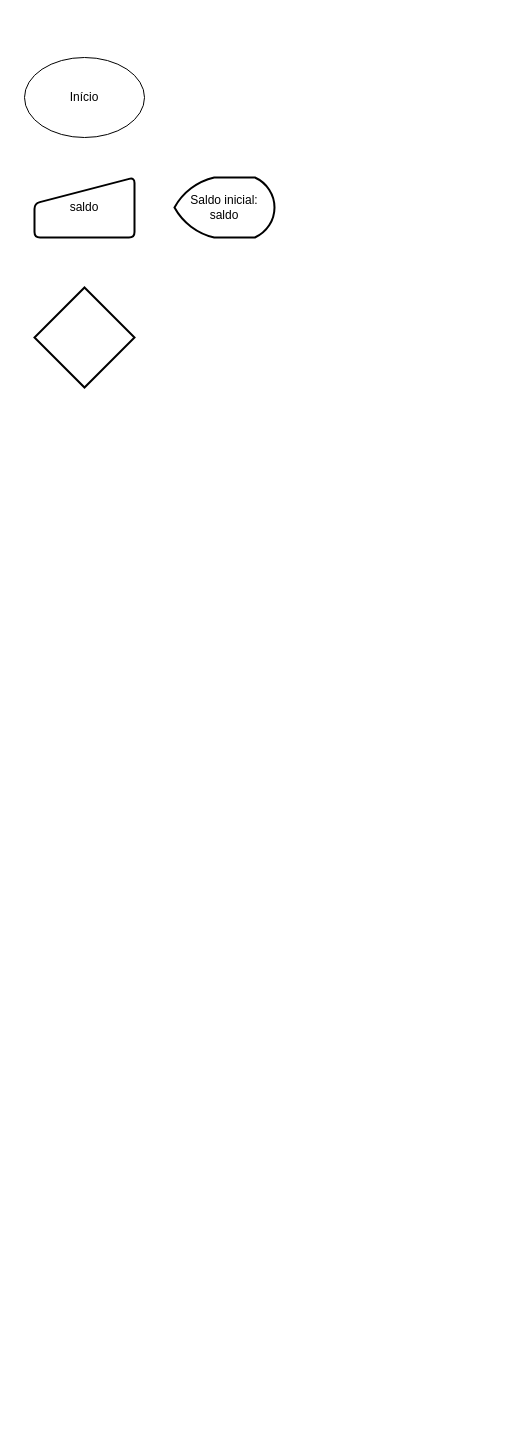
This is Diagrama do projeto.drawio from Wsanbey/Logica_de_programacao_do_senae, a draw.io file, before an edit. Source tidied: cells renumbered, new cells numbered last; positions are measured from the earlier drawing's top-left corner, leaving out a move shared by most shapes. Both pictures are drawn from the tidied source at 100%, with x=0, y=0 at pixel (24, 57).
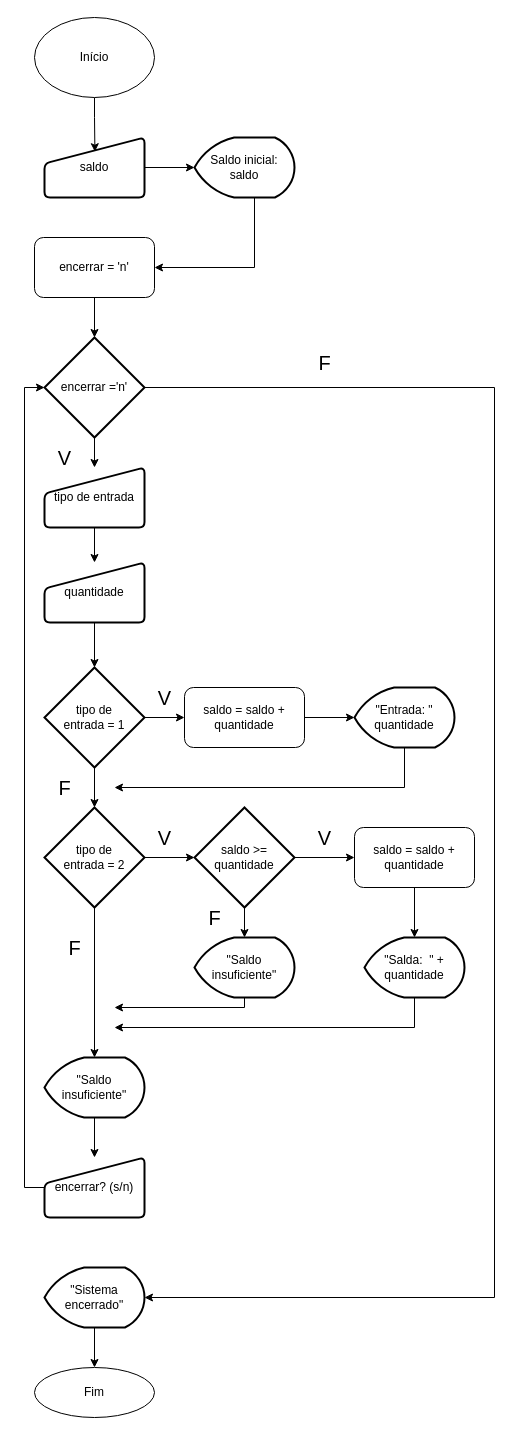
Above is the later version.

Commit message:
Finalizado com professor

Diff of the diagram source:
```diff
@@
+    <mxCell id="6" style="edgeStyle=orthogonalEdgeStyle;rounded=0;jettySize=auto;html=1;exitX=0.5;exitY=1;exitDx=0;exitDy=0;entryX=0.504;entryY=0.237;entryDx=0;entryDy=0;entryPerimeter=0;" parent="1" edge="1" source="2" target="3">
+      <mxGeometry relative="1" as="geometry" />
+    </mxCell>
     <mxCell id="2" value="Início" style="ellipse;whiteSpace=wrap;html=1;" parent="1" vertex="1">
-      <mxGeometry width="120" height="80" as="geometry" />
+      <mxGeometry x="10" y="-40" width="120" height="80" as="geometry" />
     </mxCell>
+    <mxCell id="7" style="edgeStyle=orthogonalEdgeStyle;rounded=0;jettySize=auto;html=1;exitX=1;exitY=0.5;exitDx=0;exitDy=0;" parent="1" edge="1" source="3" target="5">
+      <mxGeometry relative="1" as="geometry" />
+    </mxCell>
     <mxCell id="3" value="saldo" style="html=1;strokeWidth=2;shape=manualInput;whiteSpace=wrap;rounded=1;size=26;arcSize=11;" parent="1" vertex="1">
-      <mxGeometry x="10" y="120" width="100" height="60" as="geometry" />
+      <mxGeometry x="20" y="80" width="100" height="60" as="geometry" />
     </mxCell>
+    <mxCell id="8" style="edgeStyle=orthogonalEdgeStyle;rounded=0;jettySize=auto;html=1;exitX=0.5;exitY=1;exitDx=0;exitDy=0;exitPerimeter=0;" parent="1" edge="1" source="4" target="14">
+      <mxGeometry relative="1" as="geometry" />
+    </mxCell>
+    <mxCell id="9" style="edgeStyle=orthogonalEdgeStyle;rounded=0;jettySize=auto;html=1;exitX=1;exitY=0.5;exitDx=0;exitDy=0;exitPerimeter=0;entryX=1;entryY=0.5;entryDx=0;entryDy=0;entryPerimeter=0;" parent="1" edge="1" source="4" target="41">
+      <mxGeometry relative="1" as="geometry">
+        <Array as="points">
+          <mxPoint x="470" y="330" />
+          <mxPoint x="470" y="1240" />
+        </Array>
+      </mxGeometry>
+    </mxCell>
-    <mxCell id="4" style="strokeWidth=2;html=1;shape=mxgraph.flowchart.decision;whiteSpace=wrap;" parent="1" vertex="1">
-      <mxGeometry x="10" y="230" width="100" height="100" as="geometry" />
+    <mxCell id="4" value="encerrar ='n'" style="strokeWidth=2;html=1;shape=mxgraph.flowchart.decision;whiteSpace=wrap;" parent="1" vertex="1">
+      <mxGeometry x="20" y="280" width="100" height="100" as="geometry" />
     </mxCell>
+    <mxCell id="10" style="edgeStyle=orthogonalEdgeStyle;rounded=0;jettySize=auto;html=1;exitX=0.5;exitY=1;exitDx=0;exitDy=0;exitPerimeter=0;" parent="1" edge="1" source="5" target="12">
+      <mxGeometry relative="1" as="geometry">
+        <Array as="points">
+          <mxPoint x="230" y="140" />
+          <mxPoint x="230" y="210" />
+        </Array>
+      </mxGeometry>
+    </mxCell>
     <mxCell id="5" value="Saldo inicial: saldo" style="strokeWidth=2;html=1;shape=mxgraph.flowchart.display;whiteSpace=wrap;" parent="1" vertex="1">
-      <mxGeometry x="150" y="120" width="100" height="60" as="geometry" />
+      <mxGeometry x="170" y="80" width="100" height="60" as="geometry" />
     </mxCell>
+    <mxCell id="11" style="edgeStyle=orthogonalEdgeStyle;rounded=0;jettySize=auto;html=1;exitX=0.5;exitY=1;exitDx=0;exitDy=0;entryX=0.5;entryY=0;entryDx=0;entryDy=0;entryPerimeter=0;" parent="1" edge="1" source="12" target="4">
+      <mxGeometry relative="1" as="geometry" />
+    </mxCell>
+    <mxCell id="12" value="encerrar = 'n'" style="rounded=1;whiteSpace=wrap;html=1;" parent="1" vertex="1">
+      <mxGeometry x="10" y="180" width="120" height="60" as="geometry" />
+    </mxCell>
+    <mxCell id="13" style="edgeStyle=orthogonalEdgeStyle;rounded=0;jettySize=auto;html=1;exitX=0.5;exitY=1;exitDx=0;exitDy=0;entryX=0.5;entryY=0;entryDx=0;entryDy=0;" parent="1" edge="1" source="14" target="16">
+      <mxGeometry relative="1" as="geometry" />
+    </mxCell>
+    <mxCell id="14" value="tipo de entrada" style="html=1;strokeWidth=2;shape=manualInput;whiteSpace=wrap;rounded=1;size=26;arcSize=11;" parent="1" vertex="1">
+      <mxGeometry x="20" y="410" width="100" height="60" as="geometry" />
+    </mxCell>
+    <mxCell id="15" style="edgeStyle=orthogonalEdgeStyle;rounded=0;jettySize=auto;html=1;exitX=0.5;exitY=1;exitDx=0;exitDy=0;entryX=0.5;entryY=0;entryDx=0;entryDy=0;entryPerimeter=0;" parent="1" edge="1" source="16" target="19">
+      <mxGeometry relative="1" as="geometry" />
+    </mxCell>
+    <mxCell id="16" value="quantidade" style="html=1;strokeWidth=2;shape=manualInput;whiteSpace=wrap;rounded=1;size=26;arcSize=11;" parent="1" vertex="1">
+      <mxGeometry x="20" y="505" width="100" height="60" as="geometry" />
+    </mxCell>
+    <mxCell id="17" style="edgeStyle=orthogonalEdgeStyle;rounded=0;jettySize=auto;html=1;exitX=1;exitY=0.5;exitDx=0;exitDy=0;exitPerimeter=0;" parent="1" edge="1" source="19" target="21">
+      <mxGeometry relative="1" as="geometry" />
+    </mxCell>
+    <mxCell id="18" style="edgeStyle=orthogonalEdgeStyle;rounded=0;jettySize=auto;html=1;exitX=0.5;exitY=1;exitDx=0;exitDy=0;exitPerimeter=0;entryX=0.5;entryY=0;entryDx=0;entryDy=0;entryPerimeter=0;" parent="1" edge="1" source="19" target="26">
+      <mxGeometry relative="1" as="geometry" />
+    </mxCell>
+    <mxCell id="19" value="tipo de &lt;br&gt;entrada = 1" style="strokeWidth=2;html=1;shape=mxgraph.flowchart.decision;whiteSpace=wrap;" parent="1" vertex="1">
+      <mxGeometry x="20" y="610" width="100" height="100" as="geometry" />
+    </mxCell>
+    <mxCell id="20" style="edgeStyle=orthogonalEdgeStyle;rounded=0;jettySize=auto;html=1;exitX=1;exitY=0.5;exitDx=0;exitDy=0;entryX=0;entryY=0.5;entryDx=0;entryDy=0;entryPerimeter=0;" parent="1" edge="1" source="21" target="23">
+      <mxGeometry relative="1" as="geometry" />
+    </mxCell>
+    <mxCell id="21" value="saldo = saldo + quantidade" style="rounded=1;whiteSpace=wrap;html=1;" parent="1" vertex="1">
+      <mxGeometry x="160" y="630" width="120" height="60" as="geometry" />
+    </mxCell>
+    <mxCell id="22" style="edgeStyle=orthogonalEdgeStyle;rounded=0;jettySize=auto;html=1;exitX=0.5;exitY=1;exitDx=0;exitDy=0;exitPerimeter=0;" parent="1" edge="1" source="23">
+      <mxGeometry relative="1" as="geometry">
+        <mxPoint x="90" y="730" as="targetPoint" />
+        <Array as="points">
+          <mxPoint x="380" y="730" />
+        </Array>
+      </mxGeometry>
+    </mxCell>
+    <mxCell id="23" value="&lt;div&gt;&quot;Entrada: &quot;&lt;/div&gt;&lt;div&gt;quantidade&lt;/div&gt;" style="strokeWidth=2;html=1;shape=mxgraph.flowchart.display;whiteSpace=wrap;" parent="1" vertex="1">
+      <mxGeometry x="330" y="630" width="100" height="60" as="geometry" />
+    </mxCell>
+    <mxCell id="24" style="edgeStyle=orthogonalEdgeStyle;rounded=0;jettySize=auto;html=1;exitX=1;exitY=0.5;exitDx=0;exitDy=0;exitPerimeter=0;entryX=0;entryY=0.5;entryDx=0;entryDy=0;entryPerimeter=0;" parent="1" edge="1" source="26" target="29">
+      <mxGeometry relative="1" as="geometry" />
+    </mxCell>
+    <mxCell id="25" style="edgeStyle=orthogonalEdgeStyle;rounded=0;jettySize=auto;html=1;exitX=0.5;exitY=1;exitDx=0;exitDy=0;exitPerimeter=0;entryX=0.5;entryY=0;entryDx=0;entryDy=0;entryPerimeter=0;" parent="1" edge="1" source="26" target="37">
+      <mxGeometry relative="1" as="geometry" />
+    </mxCell>
+    <mxCell id="26" value="tipo de &lt;br&gt;entrada = 2" style="strokeWidth=2;html=1;shape=mxgraph.flowchart.decision;whiteSpace=wrap;" parent="1" vertex="1">
+      <mxGeometry x="20" y="750" width="100" height="100" as="geometry" />
+    </mxCell>
+    <mxCell id="27" style="edgeStyle=orthogonalEdgeStyle;rounded=0;jettySize=auto;html=1;exitX=0.5;exitY=1;exitDx=0;exitDy=0;exitPerimeter=0;entryX=0.5;entryY=0;entryDx=0;entryDy=0;entryPerimeter=0;" parent="1" edge="1" source="29" target="33">
+      <mxGeometry relative="1" as="geometry" />
+    </mxCell>
+    <mxCell id="28" style="edgeStyle=orthogonalEdgeStyle;rounded=0;jettySize=auto;html=1;exitX=1;exitY=0.5;exitDx=0;exitDy=0;exitPerimeter=0;entryX=0;entryY=0.5;entryDx=0;entryDy=0;" parent="1" edge="1" source="29" target="31">
+      <mxGeometry relative="1" as="geometry" />
+    </mxCell>
+    <mxCell id="29" value="saldo &amp;gt;=&lt;br&gt;quantidade" style="strokeWidth=2;html=1;shape=mxgraph.flowchart.decision;whiteSpace=wrap;" parent="1" vertex="1">
+      <mxGeometry x="170" y="750" width="100" height="100" as="geometry" />
+    </mxCell>
+    <mxCell id="30" style="edgeStyle=orthogonalEdgeStyle;rounded=0;jettySize=auto;html=1;exitX=0.5;exitY=1;exitDx=0;exitDy=0;entryX=0.5;entryY=0;entryDx=0;entryDy=0;entryPerimeter=0;" parent="1" edge="1" source="31" target="35">
+      <mxGeometry relative="1" as="geometry" />
+    </mxCell>
+    <mxCell id="31" value="saldo = saldo + quantidade" style="rounded=1;whiteSpace=wrap;html=1;" parent="1" vertex="1">
+      <mxGeometry x="330" y="770" width="120" height="60" as="geometry" />
+    </mxCell>
+    <mxCell id="32" style="edgeStyle=orthogonalEdgeStyle;rounded=0;jettySize=auto;html=1;exitX=0.5;exitY=1;exitDx=0;exitDy=0;exitPerimeter=0;" parent="1" edge="1" source="33">
+      <mxGeometry relative="1" as="geometry">
+        <mxPoint x="90" y="950" as="targetPoint" />
+        <Array as="points">
+          <mxPoint x="220" y="950" />
+        </Array>
+      </mxGeometry>
+    </mxCell>
+    <mxCell id="33" value="&quot;Saldo insuficiente&quot;" style="strokeWidth=2;html=1;shape=mxgraph.flowchart.display;whiteSpace=wrap;" parent="1" vertex="1">
+      <mxGeometry x="170" y="880" width="100" height="60" as="geometry" />
+    </mxCell>
+    <mxCell id="34" style="edgeStyle=orthogonalEdgeStyle;rounded=0;jettySize=auto;html=1;exitX=0.5;exitY=1;exitDx=0;exitDy=0;exitPerimeter=0;" parent="1" edge="1" source="35">
+      <mxGeometry relative="1" as="geometry">
+        <mxPoint x="90" y="970" as="targetPoint" />
+        <Array as="points">
+          <mxPoint x="390" y="970" />
+          <mxPoint x="90" y="970" />
+        </Array>
+      </mxGeometry>
+    </mxCell>
+    <mxCell id="35" value="&quot;Salda:&amp;nbsp; &quot; + quantidade" style="strokeWidth=2;html=1;shape=mxgraph.flowchart.display;whiteSpace=wrap;" parent="1" vertex="1">
+      <mxGeometry x="340" y="880" width="100" height="60" as="geometry" />
+    </mxCell>
+    <mxCell id="36" style="edgeStyle=orthogonalEdgeStyle;rounded=0;jettySize=auto;html=1;entryX=0.5;entryY=0;entryDx=0;entryDy=0;" parent="1" edge="1" source="37" target="39">
+      <mxGeometry relative="1" as="geometry" />
+    </mxCell>
+    <mxCell id="37" value="&quot;Saldo insuficiente&quot;" style="strokeWidth=2;html=1;shape=mxgraph.flowchart.display;whiteSpace=wrap;" parent="1" vertex="1">
+      <mxGeometry x="20" y="1000" width="100" height="60" as="geometry" />
+    </mxCell>
+    <mxCell id="38" style="edgeStyle=orthogonalEdgeStyle;rounded=0;jettySize=auto;html=1;exitX=0;exitY=0.5;exitDx=0;exitDy=0;entryX=0;entryY=0.5;entryDx=0;entryDy=0;entryPerimeter=0;" parent="1" edge="1" source="39" target="4">
+      <mxGeometry relative="1" as="geometry" />
+    </mxCell>
+    <mxCell id="39" value="encerrar? (s/n)" style="html=1;strokeWidth=2;shape=manualInput;whiteSpace=wrap;rounded=1;size=26;arcSize=11;" parent="1" vertex="1">
+      <mxGeometry x="20" y="1100" width="100" height="60" as="geometry" />
+    </mxCell>
+    <mxCell id="40" style="edgeStyle=orthogonalEdgeStyle;rounded=0;jettySize=auto;html=1;exitX=0.5;exitY=1;exitDx=0;exitDy=0;exitPerimeter=0;entryX=0.5;entryY=0;entryDx=0;entryDy=0;" parent="1" edge="1" source="41" target="42">
+      <mxGeometry relative="1" as="geometry" />
+    </mxCell>
+    <mxCell id="41" value="&quot;Sistema encerrado&quot;" style="strokeWidth=2;html=1;shape=mxgraph.flowchart.display;whiteSpace=wrap;" parent="1" vertex="1">
+      <mxGeometry x="20" y="1210" width="100" height="60" as="geometry" />
+    </mxCell>
+    <mxCell id="42" value="Fim" style="ellipse;whiteSpace=wrap;html=1;" parent="1" vertex="1">
+      <mxGeometry x="10" y="1310" width="120" height="50" as="geometry" />
+    </mxCell>
+    <mxCell id="43" value="F" style="text;html=1;align=center;verticalAlign=middle;strokeColor=none;fillColor=none;strokeWidth=5;perimeterSpacing=4;fontSize=20;" parent="1" vertex="1">
+      <mxGeometry x="280" y="285" width="40" height="40" as="geometry" />
+    </mxCell>
+    <mxCell id="44" value="V" style="text;html=1;align=center;verticalAlign=middle;strokeColor=none;fillColor=none;strokeWidth=5;perimeterSpacing=4;fontSize=20;" parent="1" vertex="1">
+      <mxGeometry x="20" y="380" width="40" height="40" as="geometry" />
+    </mxCell>
+    <mxCell id="45" value="V" style="text;html=1;align=center;verticalAlign=middle;strokeColor=none;fillColor=none;strokeWidth=5;perimeterSpacing=4;fontSize=20;" parent="1" vertex="1">
+      <mxGeometry x="120" y="620" width="40" height="40" as="geometry" />
+    </mxCell>
+    <mxCell id="46" value="F" style="text;html=1;align=center;verticalAlign=middle;strokeColor=none;fillColor=none;strokeWidth=5;perimeterSpacing=4;fontSize=20;" parent="1" vertex="1">
+      <mxGeometry x="20" y="710" width="40" height="40" as="geometry" />
+    </mxCell>
+    <mxCell id="47" value="V" style="text;html=1;align=center;verticalAlign=middle;strokeColor=none;fillColor=none;strokeWidth=5;perimeterSpacing=4;fontSize=20;" parent="1" vertex="1">
+      <mxGeometry x="280" y="760" width="40" height="40" as="geometry" />
+    </mxCell>
+    <mxCell id="48" value="V" style="text;html=1;align=center;verticalAlign=middle;strokeColor=none;fillColor=none;strokeWidth=5;perimeterSpacing=4;fontSize=20;" parent="1" vertex="1">
+      <mxGeometry x="120" y="760" width="40" height="40" as="geometry" />
+    </mxCell>
+    <mxCell id="49" value="F" style="text;html=1;align=center;verticalAlign=middle;strokeColor=none;fillColor=none;strokeWidth=5;perimeterSpacing=4;fontSize=20;" parent="1" vertex="1">
+      <mxGeometry x="170" y="840" width="40" height="40" as="geometry" />
+    </mxCell>
+    <mxCell id="50" value="F" style="text;html=1;align=center;verticalAlign=middle;strokeColor=none;fillColor=none;strokeWidth=5;perimeterSpacing=4;fontSize=20;" parent="1" vertex="1">
+      <mxGeometry x="30" y="870" width="40" height="40" as="geometry" />
+    </mxCell>
```
